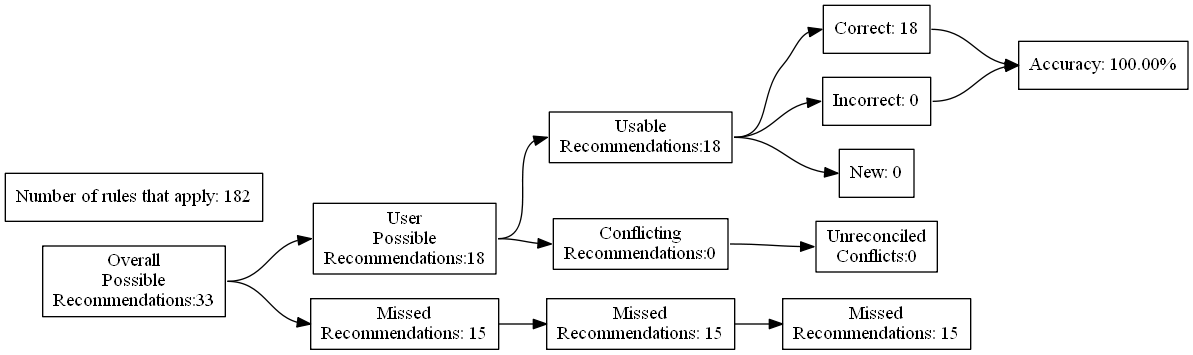
Above: test_renders/103.gv.png in ZaxR/ibd_diet_analysis (Graphviz), before the change. Its source is kept beside it as test_renders/103.gv.
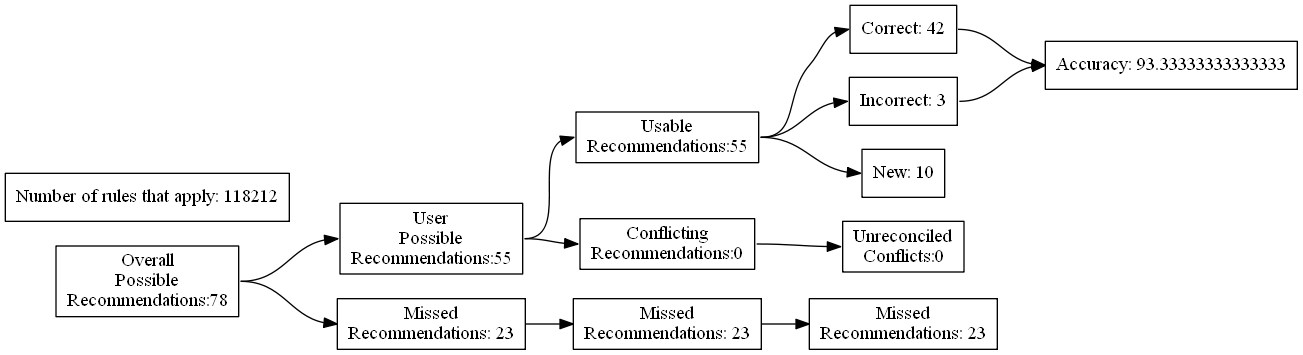
After the change.

Change to the diagram source:
```diff
@@ -4,27 +4,27 @@
 	edge [headport=w tailport=e]
 		A [label="Overall
 Possible
-Recommendations:33"]
+Recommendations:78"]
 		B [label="User
 Possible
-Recommendations:18"]
+Recommendations:55"]
 		C [label="Missed
-Recommendations: 15"]
+Recommendations: 23"]
 		D [label="Usable
-Recommendations:18"]
+Recommendations:55"]
 		E [label="Conflicting
 Recommendations:0"]
 		J [label="Missed
-Recommendations: 15"]
+Recommendations: 23"]
 		M [label="Unreconciled
 Conflicts:0"]
-		F [label="Correct: 18"]
-		G [label="Incorrect: 0"]
-		H [label="New: 0"]
+		F [label="Correct: 42"]
+		G [label="Incorrect: 3"]
+		H [label="New: 10"]
 		K [label="Missed
-Recommendations: 15"]
-		I [label="Accuracy: 100.00%"]
-		l [label="Number of rules that apply: 182"]
+Recommendations: 23"]
+		I [label="Accuracy: 93.33333333333333"]
+		l [label="Number of rules that apply: 118212"]
 			A -> B
 			A -> C
 			B -> D
```
